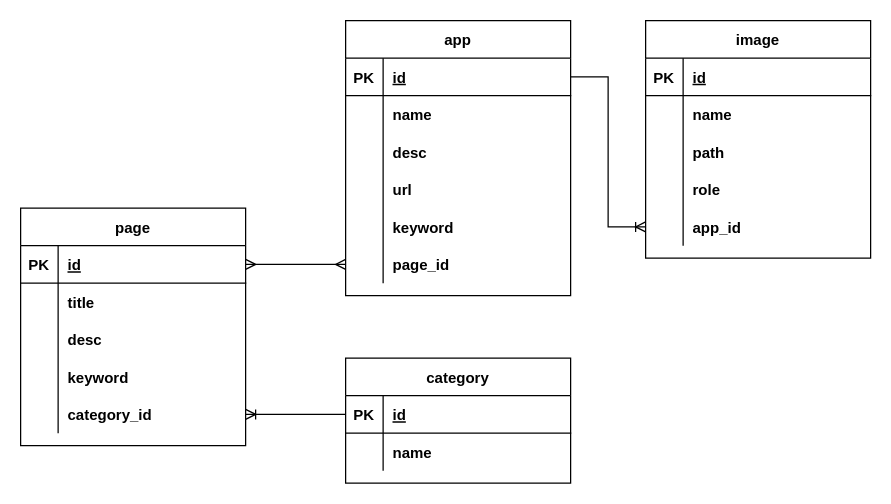
andrew-atef/andrew-atef keeps this draw.io diagram as testweb2.drawio. Above is the earlier version. Source tidied: cells renumbered, new cells numbered last; positions are measured from the earlier drawing's top-left corner, leaving out a move shared by most shapes. Both pictures are drawn from the tidied source at 125%, with x=0, y=0 at pixel (20, 20).
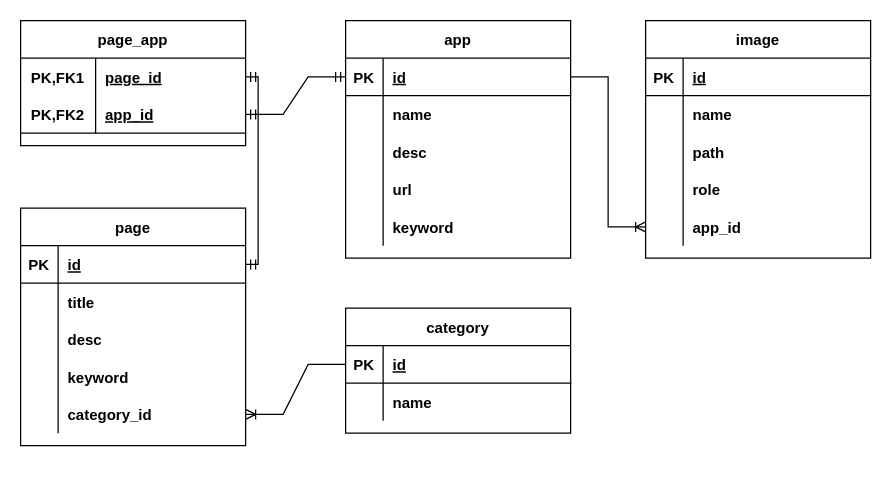
The same page after the edit.

Unchanged cells that the change refers to:
```xml
<mxCell id="3" style="shape=tableRow;horizontal=0;startSize=0;swimlaneHead=0;swimlaneBody=0;fillColor=none;points=[[0,0.5],[1,0.5]];portConstraint=eastwest;top=0;left=0;right=0;bottom=1;" parent="2" vertex="1">
  <mxGeometry y="30" width="180" height="30" as="geometry" />
</mxCell>
<mxCell id="27" style="shape=tableRow;horizontal=0;startSize=0;swimlaneHead=0;swimlaneBody=0;fillColor=none;points=[[0,0.5],[1,0.5]];portConstraint=eastwest;top=0;left=0;right=0;bottom=1;" parent="26" vertex="1">
  <mxGeometry y="30" width="180" height="30" as="geometry" />
</mxCell>
```

The edit, as a diff of the source:
```diff
@@
     <mxCell id="18" value="category" style="shape=table;startSize=30;childLayout=tableLayout;rowLines=0;fontStyle=1;align=center;" parent="1" vertex="1">
-      <mxGeometry x="260" y="270" width="180" height="100" as="geometry" />
+      <mxGeometry x="260" y="230" width="180" height="100" as="geometry" />
     </mxCell>
@@
     <mxCell id="26" value="app" style="shape=table;startSize=30;childLayout=tableLayout;rowLines=0;fontStyle=1;align=center;" parent="1" vertex="1">
-      <mxGeometry x="260" width="180" height="220" as="geometry" />
+      <mxGeometry x="260" width="180" height="190" as="geometry" />
     </mxCell>
@@
-    <mxCell id="42" style="shape=tableRow;horizontal=0;startSize=0;swimlaneHead=0;swimlaneBody=0;fillColor=none;points=[[0,0.5],[1,0.5]];portConstraint=eastwest;top=0;left=0;right=0;bottom=0;" parent="26" vertex="1">
-      <mxGeometry y="180" width="180" height="30" as="geometry" />
-    </mxCell>
-    <mxCell id="43" style="shape=partialRectangle;fillColor=none;top=0;left=0;bottom=0;right=0;overflow=hidden;" parent="42" vertex="1">
-      <mxGeometry width="30" height="30" as="geometry" />
-    </mxCell>
-    <mxCell id="44" value="page_id" style="shape=partialRectangle;fillColor=none;top=0;left=0;bottom=0;right=0;align=left;spacingLeft=6;overflow=hidden;fontStyle=1;" parent="42" vertex="1">
-      <mxGeometry x="30" width="150" height="30" as="geometry" />
-    </mxCell>
-    <mxCell id="45" style="edgeStyle=entityRelationEdgeStyle;fontSize=12;html=1;endArrow=ERmany;startArrow=ERmany;rounded=0;exitX=1;exitY=0.5;exitDx=0;exitDy=0;entryX=0;entryY=0.5;entryDx=0;entryDy=0;" parent="1" edge="1" source="3" target="42">
-      <mxGeometry relative="1" as="geometry" />
-    </mxCell>
@@
+    <mxCell id="63" value="page_app" style="shape=table;startSize=30;childLayout=tableLayout;rowLines=0;fontStyle=1;align=center;" parent="1" vertex="1">
+      <mxGeometry width="180" height="100" as="geometry" />
+    </mxCell>
+    <mxCell id="64" style="shape=tableRow;horizontal=0;startSize=0;swimlaneHead=0;swimlaneBody=0;fillColor=none;points=[[0,0.5],[1,0.5]];portConstraint=eastwest;top=0;left=0;right=0;bottom=0;" parent="63" vertex="1">
+      <mxGeometry y="30" width="180" height="30" as="geometry" />
+    </mxCell>
+    <mxCell id="65" value="PK,FK1" style="shape=partialRectangle;fillColor=none;top=0;left=0;bottom=0;right=0;fontStyle=1;overflow=hidden;" parent="64" vertex="1">
+      <mxGeometry width="60" height="30" as="geometry" />
+    </mxCell>
+    <mxCell id="44" value="page_id" style="shape=partialRectangle;fillColor=none;top=0;left=0;bottom=0;right=0;align=left;spacingLeft=6;fontStyle=5;overflow=hidden;" parent="64" vertex="1">
+      <mxGeometry x="60" width="120" height="30" as="geometry" />
+    </mxCell>
+    <mxCell id="66" style="shape=tableRow;horizontal=0;startSize=0;swimlaneHead=0;swimlaneBody=0;fillColor=none;points=[[0,0.5],[1,0.5]];portConstraint=eastwest;top=0;left=0;right=0;bottom=1;" parent="63" vertex="1">
+      <mxGeometry y="60" width="180" height="30" as="geometry" />
+    </mxCell>
+    <mxCell id="67" value="PK,FK2" style="shape=partialRectangle;fillColor=none;top=0;left=0;bottom=0;right=0;fontStyle=1;overflow=hidden;" parent="66" vertex="1">
+      <mxGeometry width="60" height="30" as="geometry" />
+    </mxCell>
+    <mxCell id="68" value="app_id" style="shape=partialRectangle;fillColor=none;top=0;left=0;bottom=0;right=0;align=left;spacingLeft=6;fontStyle=5;overflow=hidden;" parent="66" vertex="1">
+      <mxGeometry x="60" width="120" height="30" as="geometry" />
+    </mxCell>
+    <mxCell id="69" style="edgeStyle=entityRelationEdgeStyle;fontSize=12;html=1;endArrow=ERmandOne;startArrow=ERmandOne;rounded=0;exitX=1;exitY=0.5;exitDx=0;exitDy=0;entryX=0;entryY=0.5;entryDx=0;entryDy=0;" parent="1" edge="1" source="66" target="27">
+      <mxGeometry relative="1" as="geometry" />
+    </mxCell>
+    <mxCell id="70" style="edgeStyle=orthogonalEdgeStyle;fontSize=12;html=1;endArrow=ERmandOne;startArrow=ERmandOne;rounded=0;exitX=1;exitY=0.5;exitDx=0;exitDy=0;entryX=1;entryY=0.5;entryDx=0;entryDy=0;" parent="1" edge="1" source="64" target="3">
+      <mxGeometry relative="1" as="geometry" />
+    </mxCell>
```
